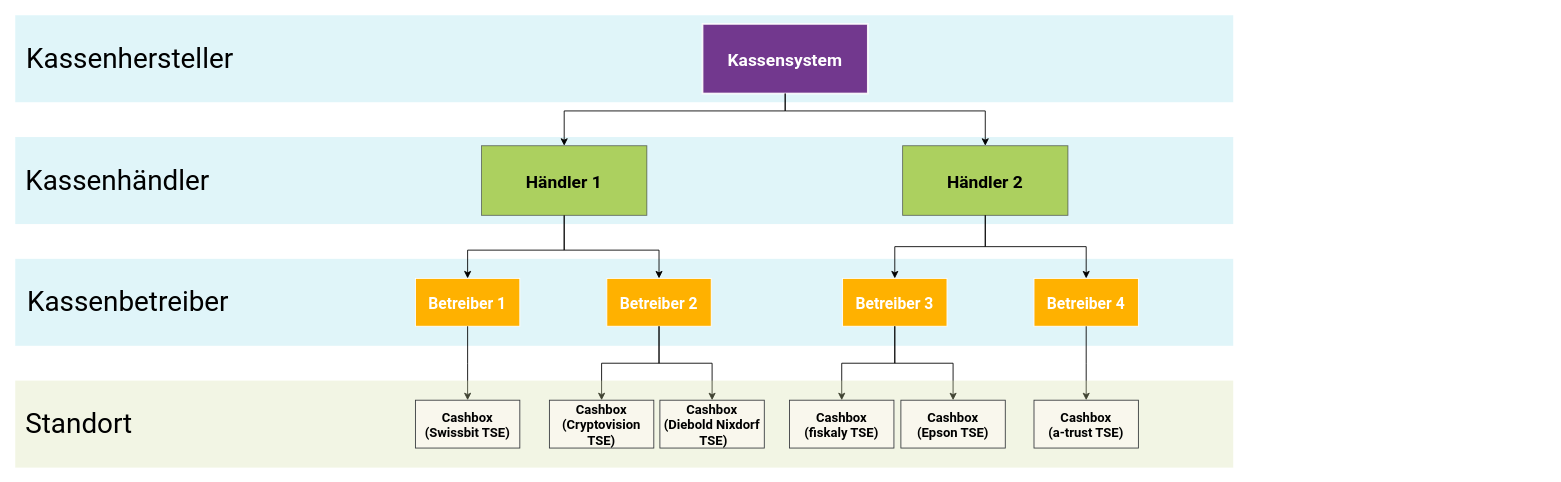
This is posdealers/presentations/sales/media/rollen.drawio from fiskaltrust/getting-started, a draw.io file, before an edit. Source tidied: cells renumbered, new cells numbered last; positions are measured from the earlier drawing's top-left corner, leaving out a move shared by most shapes. Both pictures are drawn from the tidied source at 87%, with x=0, y=0 at pixel (15, 15).
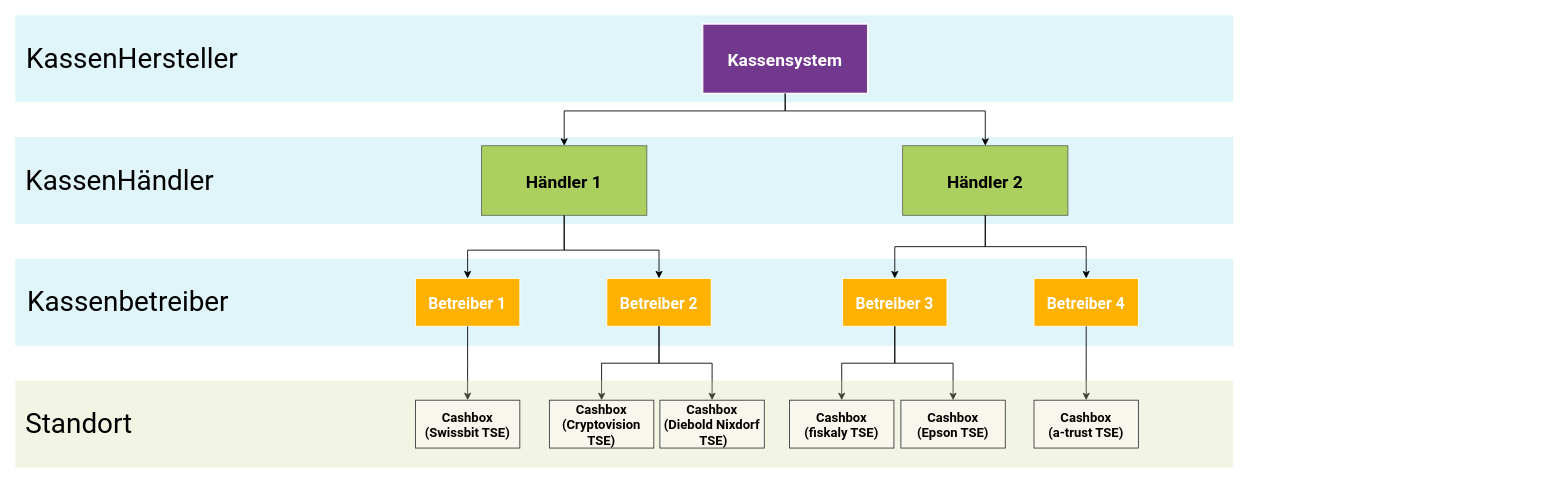
The same diagram, later.

Commit message:
update rollen namen

Unchanged cells that the change refers to:
```xml
<mxCell id="2" style="group;" parent="1" vertex="1">
  <mxGeometry width="1400" height="100" as="geometry" />
</mxCell>
<mxCell id="6" style="group;align=left;" parent="1" vertex="1">
  <mxGeometry y="140" width="1400" height="100" as="geometry" />
</mxCell>
```

The edit, as a diff of the source:
```diff
@@
-    <mxCell id="4" value="&lt;p&gt;&lt;font face=&quot;Roboto&quot; style=&quot;font-size: 32px&quot;&gt;Kassenhersteller&lt;/font&gt;&lt;/p&gt;" style="text;html=1;strokeColor=none;fillColor=none;align=left;verticalAlign=middle;whiteSpace=wrap;rounded=0;" parent="2" vertex="1">
+    <mxCell id="4" value="&lt;p&gt;&lt;font face=&quot;Roboto&quot; style=&quot;font-size: 32px&quot;&gt;KassenHersteller&lt;/font&gt;&lt;/p&gt;" style="text;html=1;strokeColor=none;fillColor=none;align=left;verticalAlign=middle;whiteSpace=wrap;rounded=0;" parent="2" vertex="1">
       <mxGeometry x="11" y="40" width="270" height="20" as="geometry" />
     </mxCell>
@@
-    <mxCell id="8" value="&lt;p&gt;&lt;font face=&quot;Roboto&quot; style=&quot;font-size: 32px&quot;&gt;Kassenhändler&lt;/font&gt;&lt;/p&gt;" style="text;html=1;strokeColor=none;fillColor=none;align=left;verticalAlign=middle;whiteSpace=wrap;rounded=0;" parent="6" vertex="1">
+    <mxCell id="8" value="&lt;p&gt;&lt;font face=&quot;Roboto&quot; style=&quot;font-size: 32px&quot;&gt;KassenHändler&lt;/font&gt;&lt;/p&gt;" style="text;html=1;strokeColor=none;fillColor=none;align=left;verticalAlign=middle;whiteSpace=wrap;rounded=0;" parent="6" vertex="1">
       <mxGeometry x="10" y="40" width="270" height="20" as="geometry" />
     </mxCell>
```
